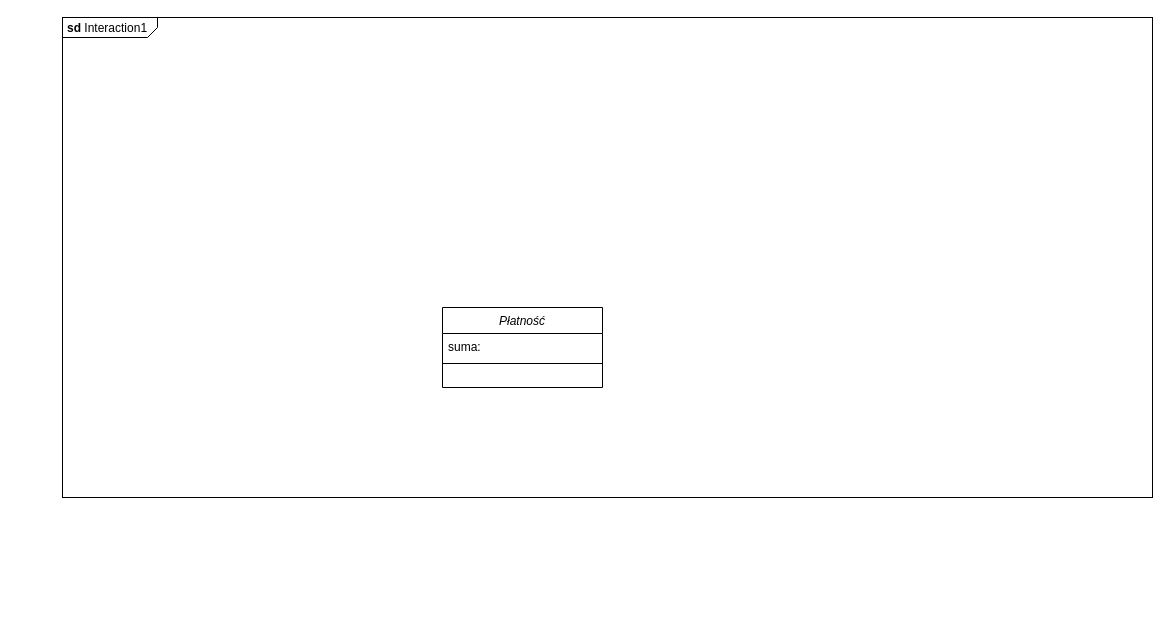
Before: Untitled Diagram.drawio in Kebappa/ac01ti3c, a draw.io diagram. Source tidied: cells renumbered, new cells numbered last; positions are measured from the earlier drawing's top-left corner, leaving out a move shared by most shapes. Both pictures are drawn from the tidied source at 100%, with x=0, y=0 at pixel (62, 17).
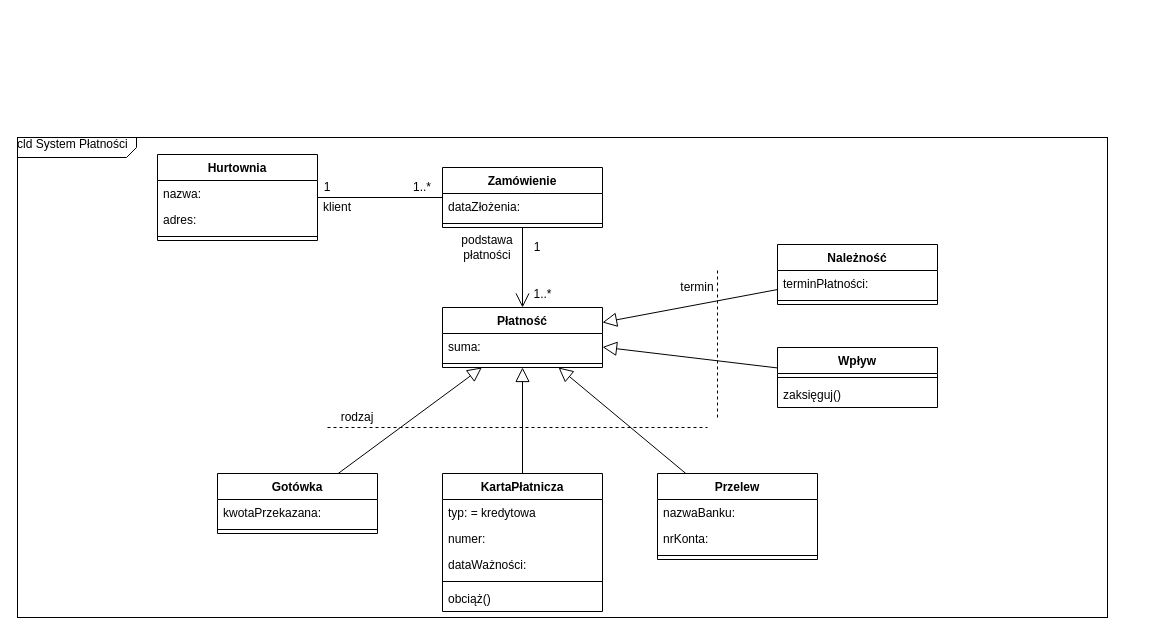
After the change.

What changed in the source:
```diff
@@
-    <mxCell id="2" value="&lt;p style=&quot;margin:0px;margin-top:4px;margin-left:5px;text-align:left;&quot;&gt;&lt;b&gt;sd&lt;/b&gt;  Interaction1&lt;/p&gt;" style="html=1;shape=mxgraph.sysml.package;overflow=fill;labelX=95;align=left;spacingLeft=5;verticalAlign=top;spacingTop=-3;" parent="1" vertex="1">
-      <mxGeometry width="1090" height="480" as="geometry" />
-    </mxCell>
+    <mxCell id="6" value="cld System Płatności" style="html=1;shape=mxgraph.sysml.package;overflow=fill;labelX=119.17;align=left;spacingLeft=5;verticalAlign=top;spacingTop=-3;" parent="1" vertex="1">
+      <mxGeometry x="-45" y="120" width="1090" height="480" as="geometry" />
+    </mxCell>
+    <mxCell id="7" value="Hurtownia" style="swimlane;fontStyle=1;align=center;verticalAlign=top;horizontal=1;startSize=26;" parent="1" vertex="1">
+      <mxGeometry x="95" y="137" width="160" height="86" as="geometry" />
+    </mxCell>
+    <mxCell id="8" value="nazwa:" style="text;strokeColor=none;fillColor=none;align=left;verticalAlign=top;spacingLeft=4;spacingRight=4;overflow=hidden;" parent="7" vertex="1">
+      <mxGeometry y="26" width="160" height="26" as="geometry" />
+    </mxCell>
+    <mxCell id="9" value="adres:" style="text;strokeColor=none;fillColor=none;align=left;verticalAlign=top;spacingLeft=4;spacingRight=4;overflow=hidden;" parent="7" vertex="1">
+      <mxGeometry y="52" width="160" height="26" as="geometry" />
+    </mxCell>
+    <mxCell id="10" style="line;strokeWidth=1;fillColor=none;align=left;verticalAlign=middle;spacingTop=-1;spacingLeft=3;spacingRight=3;labelPosition=right;" parent="7" vertex="1">
+      <mxGeometry y="78" width="160" height="8" as="geometry" />
+    </mxCell>
+    <mxCell id="11" value="Zamówienie" style="swimlane;fontStyle=1;align=center;verticalAlign=top;horizontal=1;startSize=26;" parent="1" vertex="1">
+      <mxGeometry x="380" y="150" width="160" height="60" as="geometry" />
+    </mxCell>
+    <mxCell id="12" value="dataZłożenia:" style="text;strokeColor=none;fillColor=none;align=left;verticalAlign=top;spacingLeft=4;spacingRight=4;overflow=hidden;" parent="11" vertex="1">
+      <mxGeometry y="26" width="160" height="26" as="geometry" />
+    </mxCell>
+    <mxCell id="13" style="line;strokeWidth=1;fillColor=none;align=left;verticalAlign=middle;spacingTop=-1;spacingLeft=3;spacingRight=3;labelPosition=right;" parent="11" vertex="1">
+      <mxGeometry y="52" width="160" height="8" as="geometry" />
+    </mxCell>
-    <mxCell id="3" value="Płatność" style="swimlane;fontStyle=2;align=center;verticalAlign=top;horizontal=1;startSize=26;rounded=0;shadow=0;strokeWidth=1;" parent="1" vertex="1">
-      <mxGeometry x="380" y="290" width="160" height="80" as="geometry" />
+    <mxCell id="3" value="Płatność" style="swimlane;fontStyle=1;align=center;verticalAlign=top;horizontal=1;startSize=26;" parent="1" vertex="1">
+      <mxGeometry x="380" y="290" width="160" height="60" as="geometry" />
     </mxCell>
-    <mxCell id="4" value="suma:" style="text;align=left;verticalAlign=top;spacingLeft=4;spacingRight=4;overflow=hidden;" parent="3" vertex="1">
+    <mxCell id="4" value="suma:" style="text;strokeColor=none;fillColor=none;align=left;verticalAlign=top;spacingLeft=4;spacingRight=4;overflow=hidden;" parent="3" vertex="1">
       <mxGeometry y="26" width="160" height="26" as="geometry" />
     </mxCell>
-    <mxCell id="5" style="line;html=1;strokeWidth=1;align=left;verticalAlign=middle;spacingTop=-1;spacingLeft=3;spacingRight=3;labelPosition=right;" parent="3" vertex="1">
-      <mxGeometry y="52" width="160" height="8" as="geometry" />
-    </mxCell>
+    <mxCell id="14" style="line;strokeWidth=1;fillColor=none;align=left;verticalAlign=middle;spacingTop=-1;spacingLeft=3;spacingRight=3;labelPosition=right;" parent="3" vertex="1">
+      <mxGeometry y="52" width="160" height="8" as="geometry" />
+    </mxCell>
+    <mxCell id="15" value="Wpływ" style="swimlane;fontStyle=1;align=center;verticalAlign=top;horizontal=1;startSize=26;" parent="1" vertex="1">
+      <mxGeometry x="715" y="330" width="160" height="60" as="geometry" />
+    </mxCell>
+    <mxCell id="16" style="line;strokeWidth=1;fillColor=none;align=left;verticalAlign=middle;spacingTop=-1;spacingLeft=3;spacingRight=3;labelPosition=right;" parent="15" vertex="1">
+      <mxGeometry y="26" width="160" height="8" as="geometry" />
+    </mxCell>
+    <mxCell id="17" value="zaksięguj()" style="text;strokeColor=none;fillColor=none;align=left;verticalAlign=top;spacingLeft=4;spacingRight=4;overflow=hidden;" parent="15" vertex="1">
+      <mxGeometry y="34" width="160" height="26" as="geometry" />
+    </mxCell>
+    <mxCell id="18" value="Należność" style="swimlane;fontStyle=1;align=center;verticalAlign=top;horizontal=1;startSize=26;" parent="1" vertex="1">
+      <mxGeometry x="715" y="227" width="160" height="60" as="geometry" />
+    </mxCell>
+    <mxCell id="19" value="terminPłatności:" style="text;strokeColor=none;fillColor=none;align=left;verticalAlign=top;spacingLeft=4;spacingRight=4;overflow=hidden;" parent="18" vertex="1">
+      <mxGeometry y="26" width="160" height="26" as="geometry" />
+    </mxCell>
+    <mxCell id="20" style="line;strokeWidth=1;fillColor=none;align=left;verticalAlign=middle;spacingTop=-1;spacingLeft=3;spacingRight=3;labelPosition=right;" parent="18" vertex="1">
+      <mxGeometry y="52" width="160" height="8" as="geometry" />
+    </mxCell>
+    <mxCell id="21" value="KartaPłatnicza" style="swimlane;fontStyle=1;align=center;verticalAlign=top;horizontal=1;startSize=26;" parent="1" vertex="1">
+      <mxGeometry x="380" y="456" width="160" height="138" as="geometry" />
+    </mxCell>
+    <mxCell id="22" value="typ: = kredytowa" style="text;strokeColor=none;fillColor=none;align=left;verticalAlign=top;spacingLeft=4;spacingRight=4;overflow=hidden;" parent="21" vertex="1">
+      <mxGeometry y="26" width="160" height="26" as="geometry" />
+    </mxCell>
+    <mxCell id="23" value="numer:" style="text;strokeColor=none;fillColor=none;align=left;verticalAlign=top;spacingLeft=4;spacingRight=4;overflow=hidden;" parent="21" vertex="1">
+      <mxGeometry y="52" width="160" height="26" as="geometry" />
+    </mxCell>
+    <mxCell id="24" value="dataWażności:" style="text;strokeColor=none;fillColor=none;align=left;verticalAlign=top;spacingLeft=4;spacingRight=4;overflow=hidden;" parent="21" vertex="1">
+      <mxGeometry y="78" width="160" height="26" as="geometry" />
+    </mxCell>
+    <mxCell id="25" style="line;strokeWidth=1;fillColor=none;align=left;verticalAlign=middle;spacingTop=-1;spacingLeft=3;spacingRight=3;labelPosition=right;" parent="21" vertex="1">
+      <mxGeometry y="104" width="160" height="8" as="geometry" />
+    </mxCell>
+    <mxCell id="26" value="obciąż()" style="text;strokeColor=none;fillColor=none;align=left;verticalAlign=top;spacingLeft=4;spacingRight=4;overflow=hidden;" parent="21" vertex="1">
+      <mxGeometry y="112" width="160" height="26" as="geometry" />
+    </mxCell>
+    <mxCell id="27" value="Przelew" style="swimlane;fontStyle=1;align=center;verticalAlign=top;horizontal=1;startSize=26;" parent="1" vertex="1">
+      <mxGeometry x="595" y="456" width="160" height="86" as="geometry" />
+    </mxCell>
+    <mxCell id="28" value="nazwaBanku:" style="text;strokeColor=none;fillColor=none;align=left;verticalAlign=top;spacingLeft=4;spacingRight=4;overflow=hidden;" parent="27" vertex="1">
+      <mxGeometry y="26" width="160" height="26" as="geometry" />
+    </mxCell>
+    <mxCell id="29" value="nrKonta:" style="text;strokeColor=none;fillColor=none;align=left;verticalAlign=top;spacingLeft=4;spacingRight=4;overflow=hidden;" parent="27" vertex="1">
+      <mxGeometry y="52" width="160" height="26" as="geometry" />
+    </mxCell>
+    <mxCell id="30" style="line;strokeWidth=1;fillColor=none;align=left;verticalAlign=middle;spacingTop=-1;spacingLeft=3;spacingRight=3;labelPosition=right;" parent="27" vertex="1">
+      <mxGeometry y="78" width="160" height="8" as="geometry" />
+    </mxCell>
+    <mxCell id="31" value="Gotówka" style="swimlane;fontStyle=1;align=center;verticalAlign=top;horizontal=1;startSize=26;" parent="1" vertex="1">
+      <mxGeometry x="155" y="456" width="160" height="60" as="geometry" />
+    </mxCell>
+    <mxCell id="32" value="kwotaPrzekazana:" style="text;strokeColor=none;fillColor=none;align=left;verticalAlign=top;spacingLeft=4;spacingRight=4;overflow=hidden;" parent="31" vertex="1">
+      <mxGeometry y="26" width="160" height="26" as="geometry" />
+    </mxCell>
+    <mxCell id="33" style="line;strokeWidth=1;fillColor=none;align=left;verticalAlign=middle;spacingTop=-1;spacingLeft=3;spacingRight=3;labelPosition=right;" parent="31" vertex="1">
+      <mxGeometry y="52" width="160" height="8" as="geometry" />
+    </mxCell>
+    <mxCell id="34" style="endArrow=none;html=1;" parent="1" edge="1" source="11" target="7">
+      <mxGeometry relative="1" as="geometry" />
+    </mxCell>
+    <mxCell id="35" style="endArrow=open;endFill=1;endSize=12;html=1;" parent="1" edge="1" source="11" target="3">
+      <mxGeometry relative="1" as="geometry" />
+    </mxCell>
+    <mxCell id="36" style="edgeStyle=none;html=1;endArrow=block;endFill=0;endSize=12;verticalAlign=bottom;exitX=0.5;exitY=0;exitDx=0;exitDy=0;" parent="1" edge="1" source="21" target="3">
+      <mxGeometry relative="1" as="geometry" />
+    </mxCell>
+    <mxCell id="37" style="edgeStyle=none;html=1;endArrow=block;endFill=0;endSize=12;verticalAlign=bottom;" parent="1" edge="1" source="31" target="3">
+      <mxGeometry relative="1" as="geometry" />
+    </mxCell>
+    <mxCell id="38" style="edgeStyle=none;html=1;endArrow=block;endFill=0;endSize=12;verticalAlign=bottom;" parent="1" edge="1" source="27" target="3">
+      <mxGeometry relative="1" as="geometry" />
+    </mxCell>
+    <mxCell id="39" style="edgeStyle=none;html=1;endArrow=block;endFill=0;endSize=12;verticalAlign=bottom;" parent="1" edge="1" source="15" target="3">
+      <mxGeometry relative="1" as="geometry" />
+    </mxCell>
+    <mxCell id="40" style="edgeStyle=none;html=1;endArrow=block;endFill=0;endSize=12;verticalAlign=bottom;" parent="1" edge="1" source="18" target="3">
+      <mxGeometry relative="1" as="geometry" />
+    </mxCell>
+    <mxCell id="41" style="endArrow=none;dashed=1;html=1;" parent="1" edge="1">
+      <mxGeometry relative="1" as="geometry">
+        <mxPoint x="655" y="400" as="sourcePoint" />
+        <mxPoint x="655" y="250" as="targetPoint" />
+      </mxGeometry>
+    </mxCell>
+    <mxCell id="42" style="endArrow=none;dashed=1;html=1;" parent="1" edge="1">
+      <mxGeometry relative="1" as="geometry">
+        <mxPoint x="265" y="410" as="sourcePoint" />
+        <mxPoint x="645" y="410" as="targetPoint" />
+      </mxGeometry>
+    </mxCell>
+    <mxCell id="43" value="rodzaj" style="text;html=1;strokeColor=none;fillColor=none;align=center;verticalAlign=middle;whiteSpace=wrap;rounded=0;" parent="1" vertex="1">
+      <mxGeometry x="275" y="390" width="40" height="20" as="geometry" />
+    </mxCell>
+    <mxCell id="44" value="termin" style="text;html=1;strokeColor=none;fillColor=none;align=center;verticalAlign=middle;whiteSpace=wrap;rounded=0;" parent="1" vertex="1">
+      <mxGeometry x="615" y="260" width="40" height="20" as="geometry" />
+    </mxCell>
+    <mxCell id="45" value="1" style="text;html=1;strokeColor=none;fillColor=none;align=center;verticalAlign=middle;whiteSpace=wrap;rounded=0;" parent="1" vertex="1">
+      <mxGeometry x="245" y="160" width="40" height="20" as="geometry" />
+    </mxCell>
+    <mxCell id="46" value="1..*" style="text;html=1;strokeColor=none;fillColor=none;align=center;verticalAlign=middle;whiteSpace=wrap;rounded=0;" parent="1" vertex="1">
+      <mxGeometry x="340" y="160" width="40" height="20" as="geometry" />
+    </mxCell>
+    <mxCell id="47" value="klient" style="text;html=1;strokeColor=none;fillColor=none;align=center;verticalAlign=middle;whiteSpace=wrap;rounded=0;" parent="1" vertex="1">
+      <mxGeometry x="255" y="180" width="40" height="20" as="geometry" />
+    </mxCell>
+    <mxCell id="48" value="podstawa płatności" style="text;html=1;strokeColor=none;fillColor=none;align=center;verticalAlign=middle;whiteSpace=wrap;rounded=0;" parent="1" vertex="1">
+      <mxGeometry x="405" y="220" width="40" height="20" as="geometry" />
+    </mxCell>
+    <mxCell id="49" value="1" style="text;html=1;strokeColor=none;fillColor=none;align=center;verticalAlign=middle;whiteSpace=wrap;rounded=0;" parent="1" vertex="1">
+      <mxGeometry x="455" y="220" width="40" height="20" as="geometry" />
+    </mxCell>
+    <mxCell id="50" value="1..*" style="text;html=1;align=center;verticalAlign=middle;" parent="1" vertex="1">
+      <mxGeometry x="465" y="267" width="30" height="20" as="geometry" />
+    </mxCell>
```
